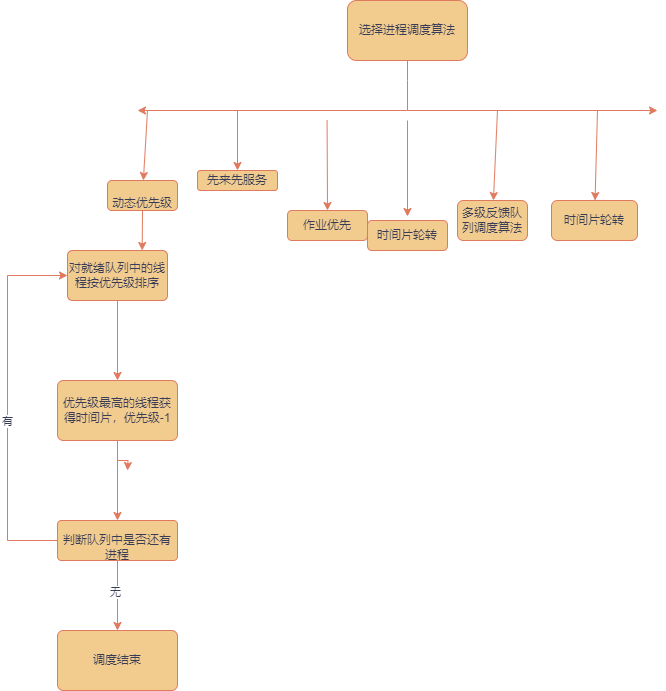
Before: draw.io/进程管理模块.png, a diagram exported from draw.io (Nessential/draw.io). Source tidied: cells renumbered, new cells last; positions are measured from the earlier drawing's top-left corner, leaving out a move shared by most shapes.
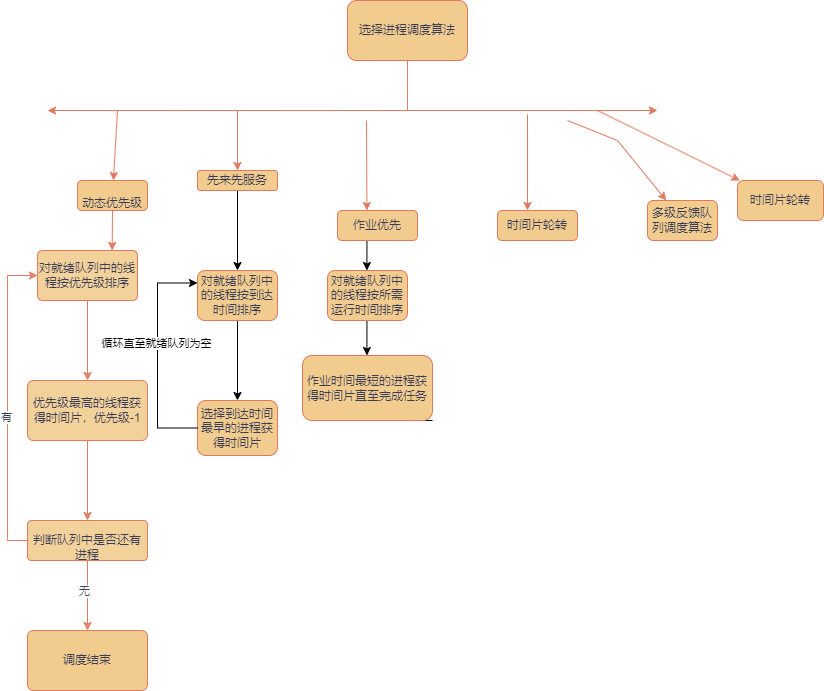
After the change.

Commit message:
更新进程管理模块.png

Diff of the diagram source:
```diff
@@ -4,7 +4,7 @@
     <mxCell id="1" parent="0" />
     <mxCell id="2" style="edgeStyle=orthogonalEdgeStyle;rounded=0;jettySize=auto;html=1;labelBackgroundColor=none;fontColor=default;strokeColor=#E07A5F;" parent="1" edge="1" source="3">
       <mxGeometry relative="1" as="geometry">
-        <mxPoint x="130" y="110" as="targetPoint" />
+        <mxPoint x="40" y="110" as="targetPoint" />
         <Array as="points">
           <mxPoint x="400" y="80" />
           <mxPoint x="400" y="80" />
@@ -22,21 +22,27 @@
     </mxCell>
     <mxCell id="5" style="endArrow=classic;html=1;rounded=0;labelBackgroundColor=none;fontColor=default;strokeColor=#E07A5F;" parent="1" edge="1">
       <mxGeometry relative="1" as="geometry">
-        <mxPoint x="319.6" y="120" as="sourcePoint" />
-        <mxPoint x="320" y="210" as="targetPoint" />
+        <mxPoint x="359" y="120" as="sourcePoint" />
+        <mxPoint x="359.4" y="210" as="targetPoint" />
       </mxGeometry>
     </mxCell>
     <mxCell id="6" style="endArrow=classic;html=1;rounded=0;labelBackgroundColor=none;fontColor=default;strokeColor=#E07A5F;" parent="1" edge="1">
       <mxGeometry relative="1" as="geometry">
-        <mxPoint x="400" y="120" as="sourcePoint" />
-        <mxPoint x="400" y="216" as="targetPoint" />
+        <mxPoint x="520" y="114" as="sourcePoint" />
+        <mxPoint x="520" y="210" as="targetPoint" />
       </mxGeometry>
     </mxCell>
+    <mxCell id="29" style="edgeStyle=orthogonalEdgeStyle;rounded=0;orthogonalLoop=1;jettySize=auto;html=1;" parent="1" edge="1">
+      <mxGeometry relative="1" as="geometry">
+        <mxPoint x="359.4" y="240" as="sourcePoint" />
+        <mxPoint x="359.4" y="270" as="targetPoint" />
+      </mxGeometry>
+    </mxCell>
     <mxCell id="7" value="作业优先" style="rounded=1;whiteSpace=wrap;html=1;labelBackgroundColor=none;fillColor=#F2CC8F;strokeColor=#E07A5F;fontColor=#393C56;" parent="1" vertex="1">
-      <mxGeometry x="280" y="210" width="80" height="30" as="geometry" />
+      <mxGeometry x="330" y="210" width="80" height="30" as="geometry" />
     </mxCell>
     <mxCell id="8" value="时间片轮转&lt;br&gt;" style="rounded=1;whiteSpace=wrap;html=1;labelBackgroundColor=none;fillColor=#F2CC8F;strokeColor=#E07A5F;fontColor=#393C56;" parent="1" vertex="1">
-      <mxGeometry x="360" y="220" width="80" height="30" as="geometry" />
+      <mxGeometry x="490" y="210" width="80" height="30" as="geometry" />
     </mxCell>
     <mxCell id="9" style="endArrow=classic;html=1;rounded=0;labelBackgroundColor=none;fontColor=default;strokeColor=#E07A5F;" parent="1" edge="1" target="10">
       <mxGeometry relative="1" as="geometry">
@@ -44,64 +50,65 @@
       </mxGeometry>
     </mxCell>
     <mxCell id="10" value="时间片轮转" style="rounded=1;whiteSpace=wrap;html=1;labelBackgroundColor=none;fillColor=#F2CC8F;strokeColor=#E07A5F;fontColor=#393C56;" parent="1" vertex="1">
-      <mxGeometry x="544" y="200" width="86" height="40" as="geometry" />
+      <mxGeometry x="730" y="180" width="86" height="40" as="geometry" />
     </mxCell>
     <mxCell id="11" style="endArrow=classic;html=1;rounded=0;labelBackgroundColor=none;fontColor=default;strokeColor=#E07A5F;" parent="1" edge="1" target="12">
       <mxGeometry relative="1" as="geometry">
-        <mxPoint x="490" y="110" as="sourcePoint" />
+        <mxPoint x="560" y="120" as="sourcePoint" />
+        <Array as="points">
+          <mxPoint x="610" y="140" />
+        </Array>
       </mxGeometry>
     </mxCell>
     <mxCell id="12" value="多级反馈队列调度算法" style="rounded=1;whiteSpace=wrap;html=1;labelBackgroundColor=none;fillColor=#F2CC8F;strokeColor=#E07A5F;fontColor=#393C56;" parent="1" vertex="1">
-      <mxGeometry x="450" y="200" width="70" height="40" as="geometry" />
+      <mxGeometry x="640" y="200" width="70" height="40" as="geometry" />
     </mxCell>
     <mxCell id="13" style="endArrow=classic;html=1;rounded=0;labelBackgroundColor=none;fontColor=default;strokeColor=#E07A5F;" parent="1" edge="1" target="14">
       <mxGeometry relative="1" as="geometry">
         <mxPoint x="230" y="110" as="sourcePoint" />
       </mxGeometry>
     </mxCell>
+    <mxCell id="30" style="edgeStyle=orthogonalEdgeStyle;rounded=0;jettySize=auto;html=1;" parent="1" edge="1" source="14" target="32">
+      <mxGeometry relative="1" as="geometry" />
+    </mxCell>
     <mxCell id="14" value="先来先服务" style="rounded=1;whiteSpace=wrap;html=1;labelBackgroundColor=none;fillColor=#F2CC8F;strokeColor=#E07A5F;fontColor=#393C56;" parent="1" vertex="1">
       <mxGeometry x="190" y="170" width="80" height="20" as="geometry" />
     </mxCell>
     <mxCell id="15" style="endArrow=classic;html=1;rounded=0;labelBackgroundColor=none;fontColor=default;strokeColor=#E07A5F;" parent="1" edge="1" target="17">
       <mxGeometry relative="1" as="geometry">
-        <mxPoint x="140" y="110" as="sourcePoint" />
+        <mxPoint x="110" y="110" as="sourcePoint" />
       </mxGeometry>
     </mxCell>
     <mxCell id="16" style="rounded=1;jettySize=auto;html=1;exitX=0.5;exitY=1;exitDx=0;exitDy=0;curved=0;labelBackgroundColor=none;fontColor=default;strokeColor=#E07A5F;" parent="1" edge="1" source="17">
       <mxGeometry relative="1" as="geometry">
-        <mxPoint x="134.7" y="250" as="targetPoint" />
+        <mxPoint x="104.7" y="250" as="targetPoint" />
       </mxGeometry>
     </mxCell>
     <mxCell id="17" value="&lt;br&gt;动态优先级" style="rounded=1;whiteSpace=wrap;html=1;labelBackgroundColor=none;fillColor=#F2CC8F;strokeColor=#E07A5F;fontColor=#393C56;" parent="1" vertex="1">
-      <mxGeometry x="100" y="180" width="70" height="30" as="geometry" />
+      <mxGeometry x="70" y="180" width="70" height="30" as="geometry" />
     </mxCell>
-    <mxCell id="18" style="edgeStyle=orthogonalEdgeStyle;rounded=0;jettySize=auto;html=1;labelBackgroundColor=none;fontColor=default;strokeColor=#E07A5F;arcSize=10;" parent="1" edge="1" source="19" target="22">
+    <mxCell id="18" style="edgeStyle=orthogonalEdgeStyle;rounded=0;jettySize=auto;html=1;labelBackgroundColor=none;fontColor=default;strokeColor=#E07A5F;arcSize=10;fillOpacity=90;" parent="1" edge="1" source="19" target="22">
       <mxGeometry relative="1" as="geometry" />
     </mxCell>
-    <mxCell id="19" value="对就绪队列中的线程按优先级排序" style="rounded=1;whiteSpace=wrap;html=1;labelBackgroundColor=none;fillColor=#F2CC8F;strokeColor=#E07A5F;fontColor=#393C56;arcSize=10;" parent="1" vertex="1">
-      <mxGeometry x="60" y="250" width="100" height="50" as="geometry" />
+    <mxCell id="19" value="对就绪队列中的线程按优先级排序" style="rounded=1;whiteSpace=wrap;html=1;labelBackgroundColor=none;fillColor=#F2CC8F;strokeColor=#E07A5F;fontColor=#393C56;arcSize=10;fillOpacity=90;" parent="1" vertex="1">
+      <mxGeometry x="30" y="250" width="100" height="50" as="geometry" />
     </mxCell>
-    <mxCell id="20" style="edgeStyle=orthogonalEdgeStyle;rounded=0;jettySize=auto;html=1;labelBackgroundColor=none;fontColor=default;strokeColor=#E07A5F;arcSize=10;" parent="1" edge="1" source="22" target="25">
+    <mxCell id="20" style="edgeStyle=orthogonalEdgeStyle;rounded=0;jettySize=auto;html=1;labelBackgroundColor=none;fontColor=default;strokeColor=#E07A5F;arcSize=10;fillOpacity=90;" parent="1" edge="1" source="22" target="25">
       <mxGeometry relative="1" as="geometry" />
     </mxCell>
-    <mxCell id="21" style="edgeStyle=orthogonalEdgeStyle;rounded=0;jettySize=auto;html=1;labelBackgroundColor=none;fontColor=default;strokeColor=#E07A5F;arcSize=10;" parent="1" edge="1" source="22">
-      <mxGeometry relative="1" as="geometry">
-        <mxPoint x="120" y="470" as="targetPoint" />
-      </mxGeometry>
-    </mxCell>
-    <mxCell id="22" value="优先级最高的线程获得时间片，优先级-1" style="whiteSpace=wrap;html=1;rounded=1;labelBackgroundColor=none;fillColor=#F2CC8F;strokeColor=#E07A5F;fontColor=#393C56;arcSize=10;" parent="1" vertex="1">
-      <mxGeometry x="50" y="380" width="120" height="60" as="geometry" />
+    <mxCell id="22" value="优先级最高的线程获得时间片，优先级-1" style="whiteSpace=wrap;html=1;rounded=1;labelBackgroundColor=none;fillColor=#F2CC8F;strokeColor=#E07A5F;fontColor=#393C56;arcSize=10;fillOpacity=90;" parent="1" vertex="1">
+      <mxGeometry x="20" y="380" width="120" height="60" as="geometry" />
     </mxCell>
-    <mxCell id="23" style="edgeStyle=orthogonalEdgeStyle;rounded=0;jettySize=auto;html=1;strokeColor=#E07A5F;fontColor=#393C56;fillColor=#F2CC8F;arcSize=10;" parent="1" edge="1" source="25" target="28">
+    <mxCell id="23" style="edgeStyle=orthogonalEdgeStyle;rounded=0;jettySize=auto;html=1;strokeColor=#E07A5F;fontColor=#393C56;fillColor=#F2CC8F;arcSize=10;fillOpacity=90;" parent="1" edge="1" source="25" target="28">
       <mxGeometry relative="1" as="geometry" />
     </mxCell>
-    <mxCell id="24" value="无" style="edgeLabel;html=1;align=center;verticalAlign=middle;fontColor=#393C56;arcSize=10;" parent="23" vertex="1">
+    <mxCell id="24" value="无" style="edgeLabel;html=1;align=center;verticalAlign=middle;fontColor=#393C56;arcSize=10;fillOpacity=90;" parent="23" vertex="1">
       <mxGeometry x="-0.12" y="-3" relative="1" as="geometry" />
     </mxCell>
-    <mxCell id="25" value="&lt;br style=&quot;border-color: var(--border-color);&quot;&gt;判断队列中是否还有进程" style="whiteSpace=wrap;html=1;rounded=1;labelBackgroundColor=none;fillColor=#F2CC8F;strokeColor=#E07A5F;fontColor=#393C56;arcSize=10;" parent="1" vertex="1">
-      <mxGeometry x="50" y="520" width="120" height="40" as="geometry" />
+    <mxCell id="25" value="&lt;br style=&quot;border-color: var(--border-color);&quot;&gt;判断队列中是否还有进程" style="whiteSpace=wrap;html=1;rounded=1;labelBackgroundColor=none;fillColor=#F2CC8F;strokeColor=#E07A5F;fontColor=#393C56;arcSize=10;fillOpacity=90;" parent="1" vertex="1">
+      <mxGeometry x="20" y="520" width="120" height="40" as="geometry" />
     </mxCell>
-    <mxCell id="26" style="endArrow=classic;html=1;rounded=0;strokeColor=#E07A5F;fontColor=#393C56;fillColor=#F2CC8F;edgeStyle=orthogonalEdgeStyle;exitX=0;exitY=0.5;exitDx=0;exitDy=0;entryX=0;entryY=0.5;entryDx=0;entryDy=0;arcSize=10;" parent="1" edge="1" source="25" target="19">
+    <mxCell id="26" style="endArrow=classic;html=1;rounded=0;strokeColor=#E07A5F;fontColor=#393C56;fillColor=#F2CC8F;edgeStyle=orthogonalEdgeStyle;exitX=0;exitY=0.5;exitDx=0;exitDy=0;entryX=0;entryY=0.5;entryDx=0;entryDy=0;arcSize=10;fillOpacity=90;" parent="1" edge="1" source="25" target="19">
       <mxGeometry relative="1" as="geometry">
         <Array as="points">
           <mxPoint y="540" />
@@ -109,11 +116,47 @@
         </Array>
       </mxGeometry>
     </mxCell>
-    <mxCell id="27" value="有" style="edgeLabel;html=1;align=center;verticalAlign=middle;fontColor=#393C56;arcSize=10;" parent="26" vertex="1">
+    <mxCell id="27" value="有" style="edgeLabel;html=1;align=center;verticalAlign=middle;fontColor=#393C56;arcSize=10;fillOpacity=90;" parent="26" vertex="1">
       <mxGeometry x="-0.09" y="1" relative="1" as="geometry" />
     </mxCell>
     <mxCell id="28" value="调度结束" style="whiteSpace=wrap;html=1;fillColor=#F2CC8F;strokeColor=#E07A5F;fontColor=#393C56;rounded=1;labelBackgroundColor=none;arcSize=10;" parent="1" vertex="1">
-      <mxGeometry x="50" y="630" width="120" height="60" as="geometry" />
+      <mxGeometry x="20" y="630" width="120" height="60" as="geometry" />
     </mxCell>
+    <mxCell id="31" style="edgeStyle=orthogonalEdgeStyle;rounded=0;jettySize=auto;html=1;" parent="1" edge="1" source="32" target="33">
+      <mxGeometry relative="1" as="geometry" />
+    </mxCell>
+    <mxCell id="32" value="对就绪队列中的线程按到达时间排序" style="whiteSpace=wrap;html=1;fillColor=#F2CC8F;strokeColor=#E07A5F;fontColor=#393C56;rounded=1;labelBackgroundColor=none;" parent="1" vertex="1">
+      <mxGeometry x="190" y="270" width="80" height="50" as="geometry" />
+    </mxCell>
+    <mxCell id="33" value="选择到达时间最早的进程获得时间片" style="whiteSpace=wrap;html=1;fillColor=#F2CC8F;strokeColor=#E07A5F;fontColor=#393C56;rounded=1;labelBackgroundColor=none;" parent="1" vertex="1">
+      <mxGeometry x="190" y="400" width="80" height="55" as="geometry" />
+    </mxCell>
+    <mxCell id="34" style="edgeStyle=orthogonalEdgeStyle;rounded=0;orthogonalLoop=1;jettySize=auto;html=1;" parent="1" edge="1">
+      <mxGeometry relative="1" as="geometry">
+        <mxPoint x="359.4" y="320" as="sourcePoint" />
+        <mxPoint x="359.4" y="355" as="targetPoint" />
+      </mxGeometry>
+    </mxCell>
+    <mxCell id="35" value="对就绪队列中的线程按所需运行时间排序" style="whiteSpace=wrap;html=1;fillColor=#F2CC8F;strokeColor=#E07A5F;fontColor=#393C56;rounded=1;labelBackgroundColor=none;" parent="1" vertex="1">
+      <mxGeometry x="320" y="270" width="80" height="50" as="geometry" />
+    </mxCell>
+    <mxCell id="36" style="edgeStyle=orthogonalEdgeStyle;rounded=0;jettySize=auto;html=1;exitX=1;exitY=1;exitDx=0;exitDy=0;" parent="1" edge="1" source="37">
+      <mxGeometry relative="1" as="geometry">
+        <mxPoint x="400.1" y="400.1" as="targetPoint" />
+      </mxGeometry>
+    </mxCell>
+    <mxCell id="37" value="作业时间最短的进程获得时间片直至完成任务" style="whiteSpace=wrap;html=1;fillColor=#F2CC8F;strokeColor=#E07A5F;fontColor=#393C56;rounded=1;labelBackgroundColor=none;" parent="1" vertex="1">
+      <mxGeometry x="295" y="355" width="130" height="65" as="geometry" />
+    </mxCell>
+    <mxCell id="38" style="endArrow=classic;html=1;rounded=0;edgeStyle=elbowEdgeStyle;elbow=vertical;entryX=0;entryY=0.25;entryDx=0;entryDy=0;exitX=0;exitY=0.5;exitDx=0;exitDy=0;" parent="1" edge="1" source="33" target="32">
+      <mxGeometry relative="1" as="geometry">
+        <Array as="points">
+          <mxPoint x="150" y="290" />
+        </Array>
+      </mxGeometry>
+    </mxCell>
+    <mxCell id="39" value="循环直至就绪队列为空" style="edgeLabel;html=1;align=center;verticalAlign=middle;" parent="38" vertex="1">
+      <mxGeometry x="0.11" y="1" relative="1" as="geometry" />
+    </mxCell>
   </root>
 </mxGraphModel>
```
